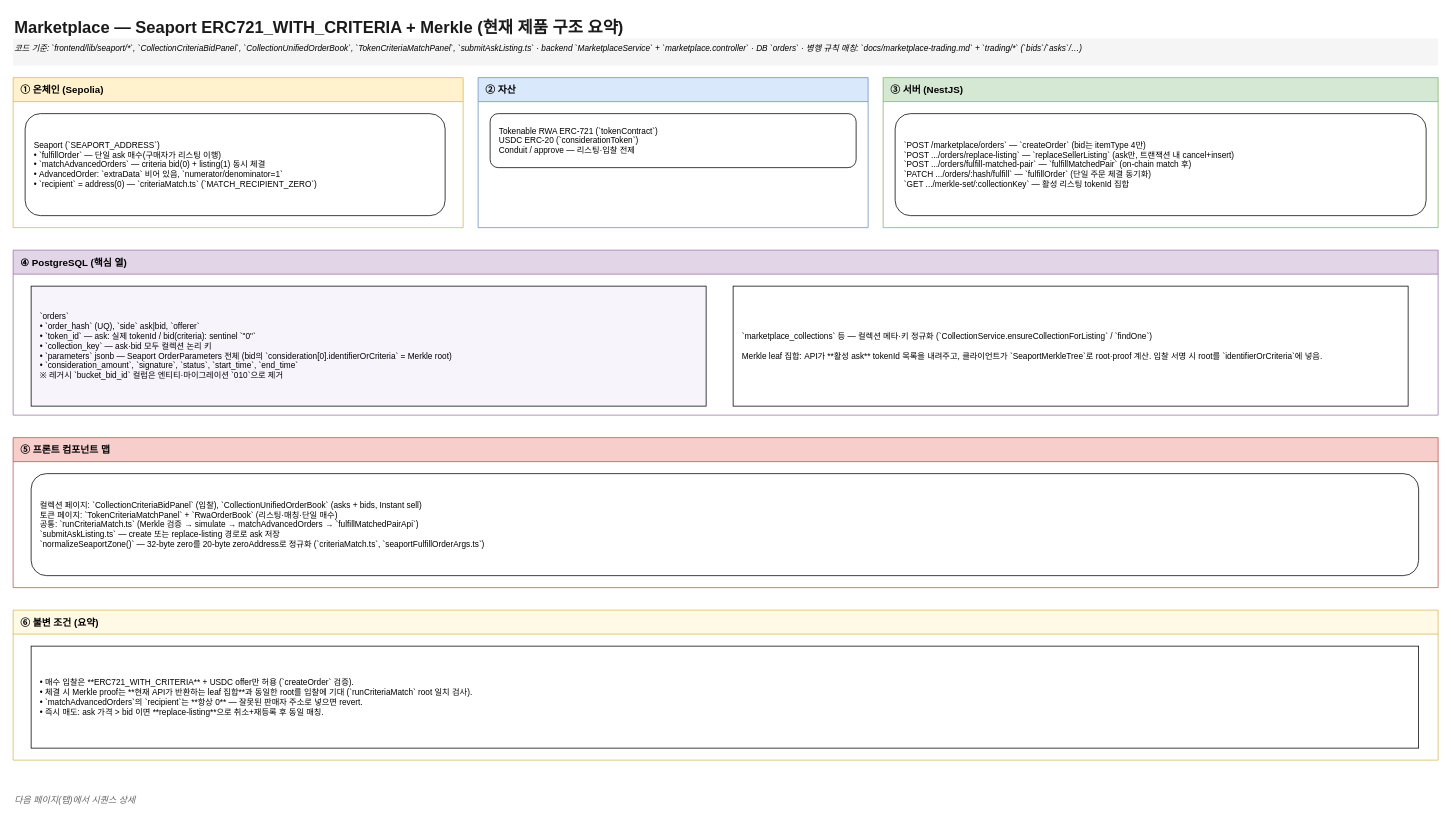
This is page "1 — 액터·레이어·저장소" (1 of 2) of docs/diagrams/marketplace-seaport-criteria-architecture.drawio from tokenable-dev/tokenable-dev, a draw.io file, before an edit. Source tidied: cells renumbered, new cells numbered last; positions are measured from the earlier drawing's top-left corner, leaving out a move shared by most shapes. Both pictures are drawn from the tidied source at 75%, with x=0, y=0 at pixel (13, 13).
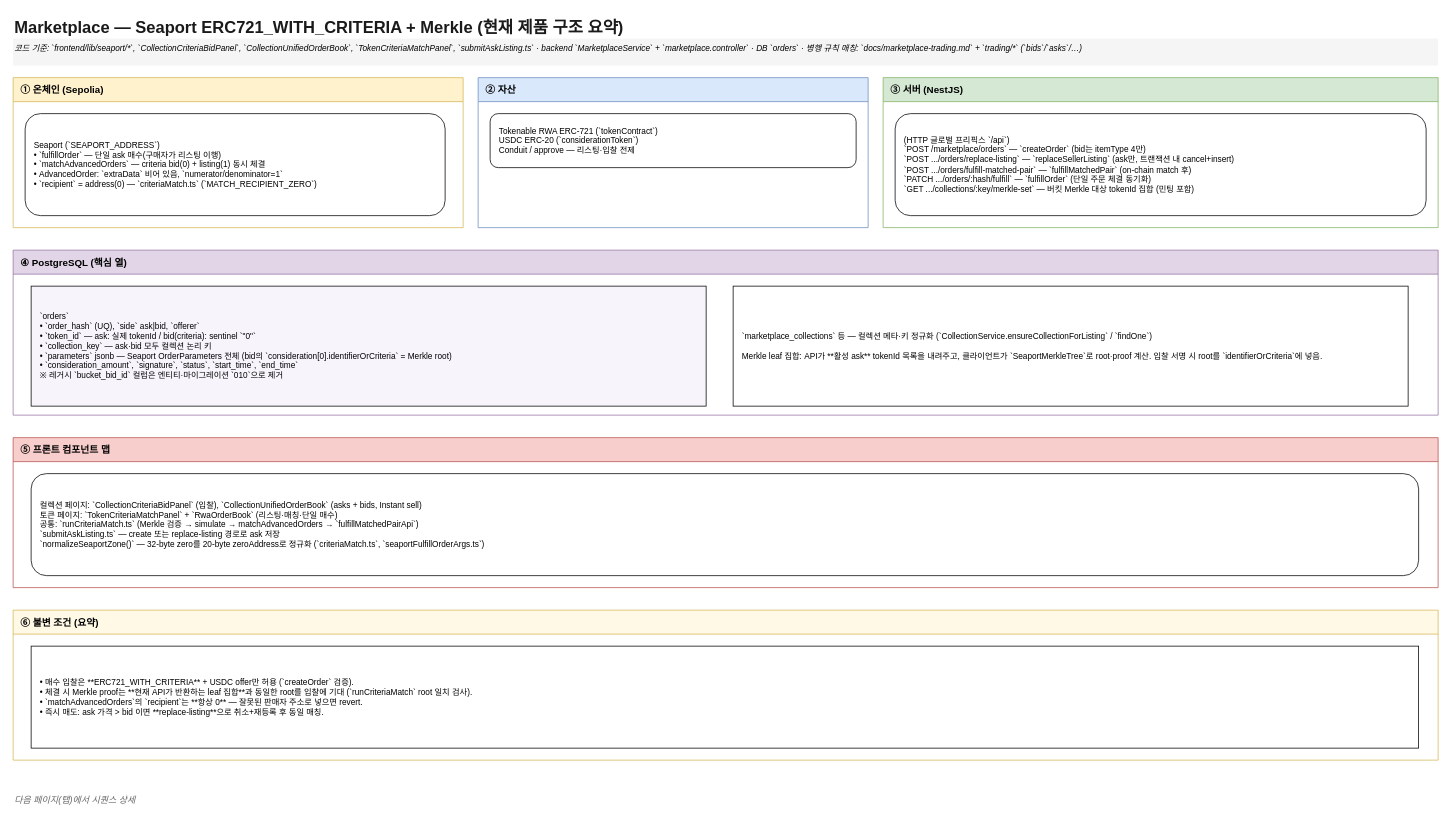
After the change.

Diff of the diagram source:
```diff
@@
 <mxGraphModel>
   <root>
     <mxCell id="0" />
     <mxCell id="1" parent="0" />
     <mxCell id="2" value="Marketplace — Seaport ERC721_WITH_CRITERIA + Merkle (현재 제품 구조 요약)" style="text;html=1;fontSize=22;fontStyle=1;align=left;fontColor=#1a1a1a;" parent="1" vertex="1">
       <mxGeometry width="1200" height="36" as="geometry" />
     </mxCell>
     <mxCell id="3" value="코드 기준: `frontend/lib/seaport/*`, `CollectionCriteriaBidPanel`, `CollectionUnifiedOrderBook`, `TokenCriteriaMatchPanel`, `submitAskListing.ts` · backend `MarketplaceService` + `marketplace.controller` · DB `orders` · 병행 규칙 매칭: `docs/marketplace-trading.md` + `trading/*` (`bids`/`asks`/…)" style="text;html=1;fontSize=11;fontStyle=2;align=left;fillColor=#f5f5f5;" parent="1" vertex="1">
       <mxGeometry y="34" width="1900" height="36" as="geometry" />
     </mxCell>
     <mxCell id="4" value="① 온체인 (Sepolia)" style="swimlane;horizontal=1;startSize=32;fillColor=#fff2cc;strokeColor=#d6b656;fontStyle=1;fontSize=13;align=left;spacingLeft=8;" parent="1" vertex="1">
       <mxGeometry y="86" width="600" height="200" as="geometry" />
     </mxCell>
     <mxCell id="5" value="Seaport (`SEAPORT_ADDRESS`)&#10;• `fulfillOrder` — 단일 ask 매수(구매자가 리스팅 이행)&#10;• `matchAdvancedOrders` — criteria bid(0) + listing(1) 동시 체결&#10;• AdvancedOrder: `extraData` 비어 있음, `numerator/denominator=1`&#10;• `recipient` = address(0) — `criteriaMatch.ts` (`MATCH_RECIPIENT_ZERO`)" style="rounded=1;whiteSpace=wrap;html=1;align=left;spacingLeft=10;fontSize=11;fillColor=#ffffff;" parent="4" vertex="1">
       <mxGeometry x="16" y="48" width="560" height="136" as="geometry" />
     </mxCell>
     <mxCell id="6" value="② 자산" style="swimlane;horizontal=1;startSize=32;fillColor=#dae8fc;strokeColor=#6c8ebf;fontStyle=1;fontSize=13;align=left;spacingLeft=8;" parent="1" vertex="1">
       <mxGeometry x="620" y="86" width="520" height="200" as="geometry" />
     </mxCell>
     <mxCell id="7" value="Tokenable RWA ERC-721 (`tokenContract`)&#10;USDC ERC-20 (`considerationToken`)&#10;Conduit / approve — 리스팅·입찰 전제" style="rounded=1;whiteSpace=wrap;html=1;align=left;spacingLeft=10;fontSize=11;fillColor=#ffffff;" parent="6" vertex="1">
       <mxGeometry x="16" y="48" width="488" height="72" as="geometry" />
     </mxCell>
     <mxCell id="8" value="③ 서버 (NestJS)" style="swimlane;horizontal=1;startSize=32;fillColor=#d5e8d4;strokeColor=#82b366;fontStyle=1;fontSize=13;align=left;spacingLeft=8;" parent="1" vertex="1">
       <mxGeometry x="1160" y="86" width="740" height="200" as="geometry" />
     </mxCell>
-    <mxCell id="9" value="`POST /marketplace/orders` — `createOrder` (bid는 itemType 4만)&#10;`POST .../orders/replace-listing` — `replaceSellerListing` (ask만, 트랜잭션 내 cancel+insert)&#10;`POST .../orders/fulfill-matched-pair` — `fulfillMatchedPair` (on-chain match 후)&#10;`PATCH .../orders/:hash/fulfill` — `fulfillOrder` (단일 주문 체결 동기화)&#10;`GET .../merkle-set/:collectionKey` — 활성 리스팅 tokenId 집합" style="rounded=1;whiteSpace=wrap;html=1;align=left;spacingLeft=10;fontSize=11;fillColor=#ffffff;" parent="8" vertex="1">
+    <mxCell id="9" value="(HTTP 글로벌 프리픽스 `/api`)&#10;`POST /marketplace/orders` — `createOrder` (bid는 itemType 4만)&#10;`POST .../orders/replace-listing` — `replaceSellerListing` (ask만, 트랜잭션 내 cancel+insert)&#10;`POST .../orders/fulfill-matched-pair` — `fulfillMatchedPair` (on-chain match 후)&#10;`PATCH .../orders/:hash/fulfill` — `fulfillOrder` (단일 주문 체결 동기화)&#10;`GET .../collections/:key/merkle-set` — 버킷 Merkle 대상 tokenId 집합 (민팅 포함)" style="rounded=1;whiteSpace=wrap;html=1;align=left;spacingLeft=10;fontSize=11;fillColor=#ffffff;" parent="8" vertex="1">
       <mxGeometry x="16" y="48" width="708" height="136" as="geometry" />
     </mxCell>
     <mxCell id="10" value="④ PostgreSQL (핵심 열)" style="swimlane;horizontal=1;startSize=32;fillColor=#e1d5e7;strokeColor=#9673a6;fontStyle=1;fontSize=13;align=left;spacingLeft=8;" parent="1" vertex="1">
       <mxGeometry y="316" width="1900" height="220" as="geometry" />
     </mxCell>
     <mxCell id="11" value="`orders`&#10;• `order_hash` (UQ), `side` ask|bid, `offerer`&#10;• `token_id` — ask: 실제 tokenId / bid(criteria): sentinel `&quot;0&quot;`&#10;• `collection_key` — ask·bid 모두 컬렉션 논리 키&#10;• `parameters` jsonb — Seaport OrderParameters 전체 (bid의 `consideration[0].identifierOrCriteria` = Merkle root)&#10;• `consideration_amount`, `signature`, `status`, `start_time`, `end_time`&#10;※ 레거시 `bucket_bid_id` 컬럼은 엔티티·마이그레이션 `010`으로 제거" style="rounded=0;whiteSpace=wrap;html=1;align=left;spacingLeft=10;fontSize=11;fillColor=#f8f4fc;" parent="10" vertex="1">
       <mxGeometry x="24" y="48" width="900" height="160" as="geometry" />
     </mxCell>
     <mxCell id="12" value="`marketplace_collections` 등 — 컬렉션 메타·키 정규화 (`CollectionService.ensureCollectionForListing` / `findOne`)&#10;&#10;Merkle leaf 집합: API가 **활성 ask** tokenId 목록을 내려주고, 클라이언트가 `SeaportMerkleTree`로 root·proof 계산. 입찰 서명 시 root를 `identifierOrCriteria`에 넣음." style="rounded=0;whiteSpace=wrap;html=1;align=left;spacingLeft=10;fontSize=11;fillColor=#ffffff;" parent="10" vertex="1">
       <mxGeometry x="960" y="48" width="900" height="160" as="geometry" />
     </mxCell>
     <mxCell id="13" value="⑤ 프론트 컴포넌트 맵" style="swimlane;horizontal=1;startSize=32;fillColor=#f8cecc;strokeColor=#b85450;fontStyle=1;fontSize=13;align=left;spacingLeft=8;" parent="1" vertex="1">
       <mxGeometry y="566" width="1900" height="200" as="geometry" />
     </mxCell>
     <mxCell id="14" value="컬렉션 페이지: `CollectionCriteriaBidPanel` (입찰), `CollectionUnifiedOrderBook` (asks + bids, Instant sell)&#10;토큰 페이지: `TokenCriteriaMatchPanel` + `RwaOrderBook` (리스팅·매칭·단일 매수)&#10;공통: `runCriteriaMatch.ts` (Merkle 검증 → simulate → matchAdvancedOrders → `fulfillMatchedPairApi`)&#10;`submitAskListing.ts` — create 또는 replace-listing 경로로 ask 저장&#10;`normalizeSeaportZone()` — 32-byte zero를 20-byte zeroAddress로 정규화 (`criteriaMatch.ts`, `seaportFulfillOrderArgs.ts`)" style="rounded=1;whiteSpace=wrap;html=1;align=left;spacingLeft=10;fontSize=11;fillColor=#ffffff;" parent="13" vertex="1">
       <mxGeometry x="24" y="48" width="1850" height="136" as="geometry" />
     </mxCell>
     <mxCell id="15" value="⑥ 불변 조건 (요약)" style="swimlane;horizontal=1;startSize=32;fillColor=#fff9e6;strokeColor=#d6b656;fontStyle=1;fontSize=13;align=left;spacingLeft=8;" parent="1" vertex="1">
       <mxGeometry y="796" width="1900" height="200" as="geometry" />
     </mxCell>
     <mxCell id="16" value="• 매수 입찰은 **ERC721_WITH_CRITERIA** + USDC offer만 허용 (`createOrder` 검증).&#10;• 체결 시 Merkle proof는 **현재 API가 반환하는 leaf 집합**과 동일한 root를 입찰에 기대 (`runCriteriaMatch` root 일치 검사).&#10;• `matchAdvancedOrders`의 `recipient`는 **항상 0** — 잘못된 판매자 주소로 넣으면 revert.&#10;• 즉시 매도: ask 가격 &gt; bid 이면 **replace-listing**으로 취소+재등록 후 동일 매칭." style="rounded=0;whiteSpace=wrap;html=1;align=left;spacingLeft=10;fontSize=11;fillColor=#ffffff;" parent="15" vertex="1">
       <mxGeometry x="24" y="48" width="1850" height="136" as="geometry" />
     </mxCell>
     <mxCell id="17" value="다음 페이지(탭)에서 시퀀스 상세" style="text;html=1;fontSize=12;fontStyle=2;align=left;fontColor=#666666;" parent="1" vertex="1">
       <mxGeometry y="1036" width="400" height="24" as="geometry" />
     </mxCell>
   </root>
 </mxGraphModel>
```
